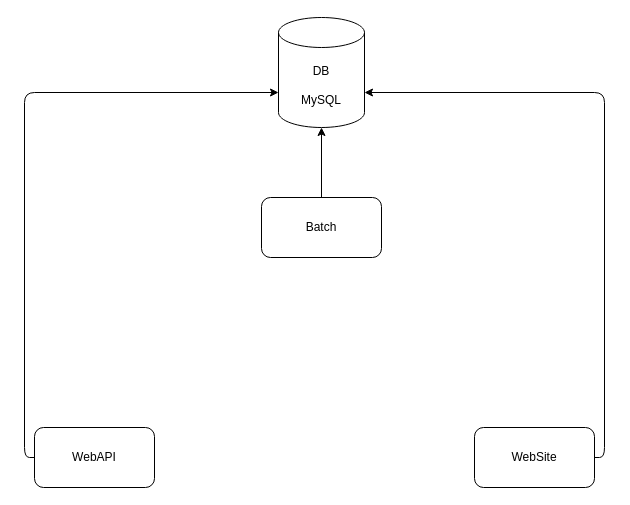
This is Untitled Diagram.drawio from OMorlotti/P7-Developper-le-nouveau-systeme-d-information-de-la-bibliotheque-d-une-grande-ville, a draw.io file, before an edit. Source tidied: cells renumbered, new cells numbered last; positions are measured from the earlier drawing's top-left corner, leaving out a move shared by most shapes. Both pictures are drawn from the tidied source at 100%, with x=0, y=0 at pixel (34, 17).
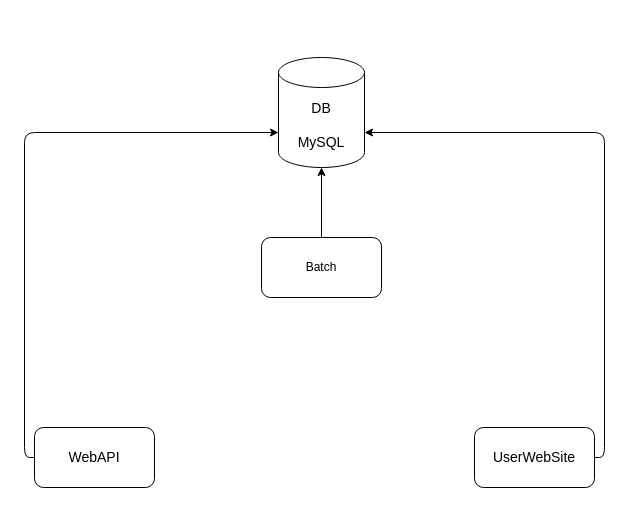
After the change.

Change to the diagram source:
```diff
@@
 <mxGraphModel>
   <root>
     <mxCell id="0" />
     <mxCell id="1" parent="0" />
-    <mxCell id="2" value="WebSite" style="rounded=1;whiteSpace=wrap;html=1;" parent="1" vertex="1">
+    <mxCell id="2" value="&lt;font style=&quot;font-size: 14px&quot;&gt;UserWebSite&lt;/font&gt;" style="rounded=1;whiteSpace=wrap;html=1;" parent="1" vertex="1">
       <mxGeometry x="440" y="410" width="120" height="60" as="geometry" />
     </mxCell>
-    <mxCell id="3" value="WebAPI" style="rounded=1;whiteSpace=wrap;html=1;" parent="1" vertex="1">
+    <mxCell id="3" value="&lt;font style=&quot;font-size: 14px&quot;&gt;WebAPI&lt;/font&gt;" style="rounded=1;whiteSpace=wrap;html=1;" parent="1" vertex="1">
       <mxGeometry y="410" width="120" height="60" as="geometry" />
     </mxCell>
     <mxCell id="4" value="Batch" style="rounded=1;whiteSpace=wrap;html=1;" parent="1" vertex="1">
-      <mxGeometry x="227" y="180" width="120" height="60" as="geometry" />
+      <mxGeometry x="227" y="220" width="120" height="60" as="geometry" />
     </mxCell>
-    <mxCell id="5" value="DB&lt;br&gt;&lt;br&gt;MySQL" style="shape=cylinder3;whiteSpace=wrap;html=1;boundedLbl=1;backgroundOutline=1;size=15;direction=east;" parent="1" vertex="1">
-      <mxGeometry x="244" width="86" height="110" as="geometry" />
+    <mxCell id="5" value="&lt;font style=&quot;font-size: 14px&quot;&gt;&lt;font style=&quot;font-size: 14px&quot;&gt;DB&lt;br&gt;&lt;/font&gt;&lt;br&gt;MySQL&lt;/font&gt;" style="shape=cylinder3;whiteSpace=wrap;html=1;boundedLbl=1;backgroundOutline=1;size=15;direction=east;" parent="1" vertex="1">
+      <mxGeometry x="244" y="40" width="86" height="110" as="geometry" />
     </mxCell>
     <mxCell id="6" style="endArrow=classic;html=1;strokeWidth=1;entryX=0;entryY=0;entryDx=0;entryDy=75;entryPerimeter=0;exitX=0;exitY=0.5;exitDx=0;exitDy=0;edgeStyle=orthogonalEdgeStyle;" parent="1" edge="1" source="3" target="5">
       <mxGeometry relative="1" as="geometry" />
     </mxCell>
     <mxCell id="7" style="endArrow=classic;html=1;strokeWidth=1;entryX=1;entryY=0;entryDx=0;entryDy=75;entryPerimeter=0;exitX=1;exitY=0.5;exitDx=0;exitDy=0;edgeStyle=orthogonalEdgeStyle;" parent="1" edge="1" source="2" target="5">
       <mxGeometry relative="1" as="geometry" />
     </mxCell>
-    <mxCell id="8" style="endArrow=classic;html=1;strokeWidth=1;entryX=0.5;entryY=1;entryDx=0;entryDy=0;entryPerimeter=0;exitX=0.5;exitY=0;exitDx=0;exitDy=0;" parent="1" edge="1" source="4" target="5">
-      <mxGeometry relative="1" as="geometry" />
+    <mxCell id="8" style="endArrow=classic;html=1;strokeWidth=1;exitX=0.5;exitY=0;exitDx=0;exitDy=0;" parent="1" edge="1" source="4">
+      <mxGeometry relative="1" as="geometry">
+        <mxPoint x="287" y="150" as="targetPoint" />
+      </mxGeometry>
     </mxCell>
   </root>
 </mxGraphModel>
```
